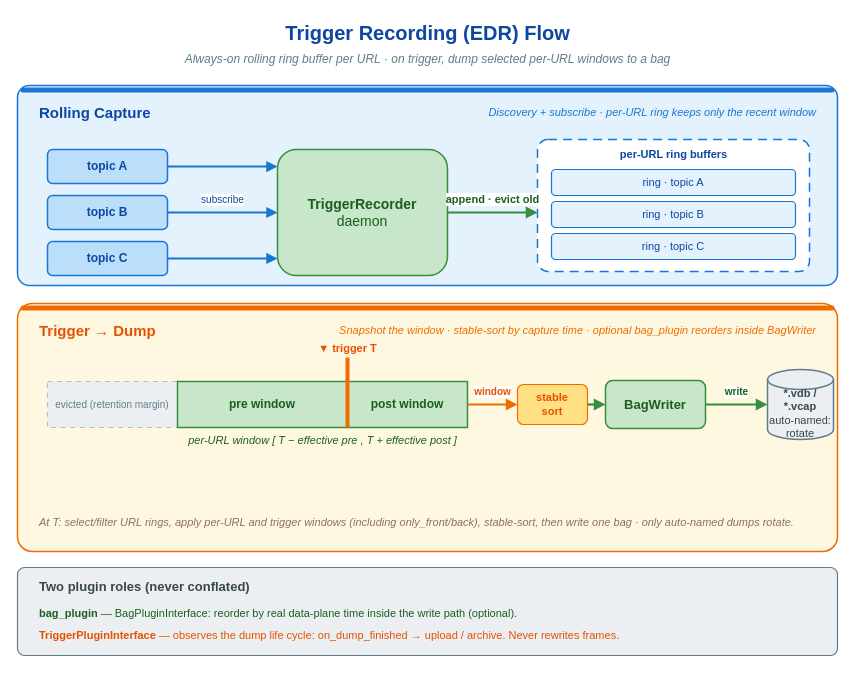
This is doc/images/trigger-recording-flow.drawio from thun-res/vlink, a draw.io file, before an edit. Source tidied: cells renumbered, new cells numbered last; positions are measured from the earlier drawing's top-left corner, leaving out a move shared by most shapes. Both pictures are drawn from the tidied source at 100%, with x=0, y=0 at pixel (17, 17).
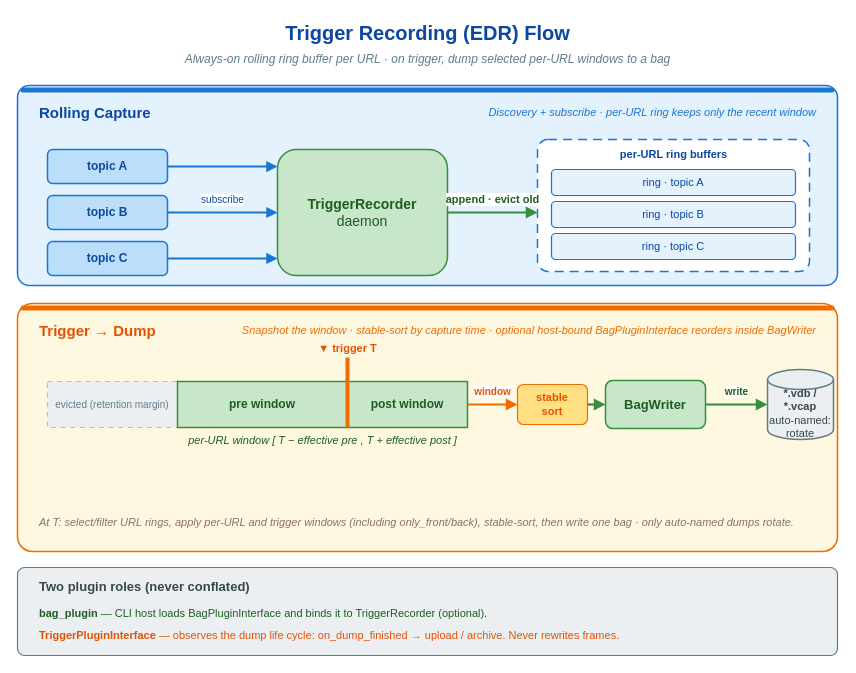
After the change.

The edit, as a diff of the source:
```diff
@@
-    <mxCell id="24" value="Snapshot the window · stable-sort by capture time · optional bag_plugin reorders inside BagWriter" style="text;html=1;align=right;verticalAlign=middle;strokeColor=none;fillColor=none;fontFamily=Helvetica;fontSize=11;fontStyle=2;fontColor=#ef6c00;" parent="1" vertex="1">
+    <mxCell id="24" value="Snapshot the window · stable-sort by capture time · optional host-bound BagPluginInterface reorders inside BagWriter" style="text;html=1;align=right;verticalAlign=middle;strokeColor=none;fillColor=none;fontFamily=Helvetica;fontSize=11;fontStyle=2;fontColor=#ef6c00;" parent="1" vertex="1">
       <mxGeometry x="320" y="302" width="480" height="22" as="geometry" />
     </mxCell>
@@
-    <mxCell id="40" value="&lt;b&gt;bag_plugin&lt;/b&gt; — BagPluginInterface: reorder by real data-plane time inside the write path (optional)." style="text;html=1;align=left;verticalAlign=middle;strokeColor=none;fillColor=none;fontFamily=Helvetica;fontSize=11;fontColor=#1b5e20;" parent="1" vertex="1">
+    <mxCell id="40" value="&lt;b&gt;bag_plugin&lt;/b&gt; — CLI host loads BagPluginInterface and binds it to TriggerRecorder (optional)." style="text;html=1;align=left;verticalAlign=middle;strokeColor=none;fillColor=none;fontFamily=Helvetica;fontSize=11;fontColor=#1b5e20;" parent="1" vertex="1">
       <mxGeometry x="20" y="586" width="780" height="20" as="geometry" />
     </mxCell>
```
